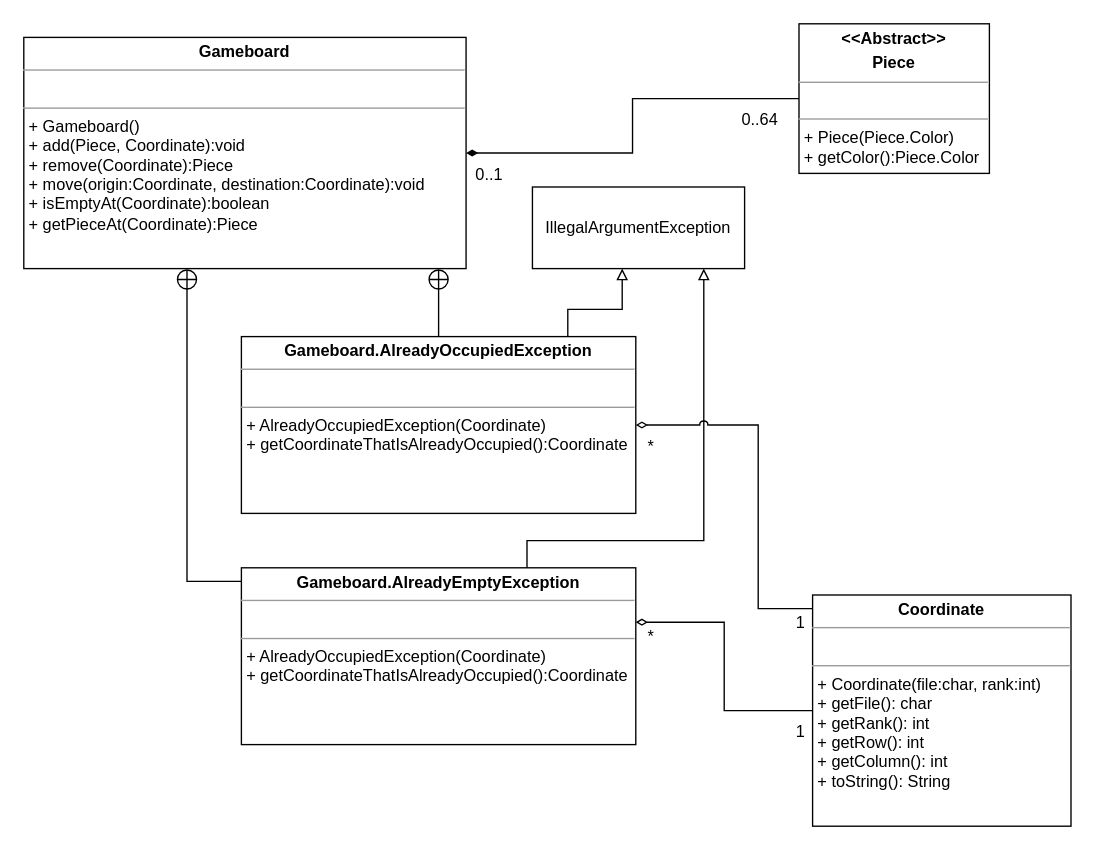
saunders94/JarChess keeps this draw.io diagram as docs/4_design_documents/class_diagrams/match/Gameboard_ClassDiagram.drawio. Above is the earlier version. Source tidied: cells renumbered, new cells numbered last; positions are measured from the earlier drawing's top-left corner, leaving out a move shared by most shapes. Both pictures are drawn from the tidied source at 136%, with x=0, y=0 at pixel (23, 23).
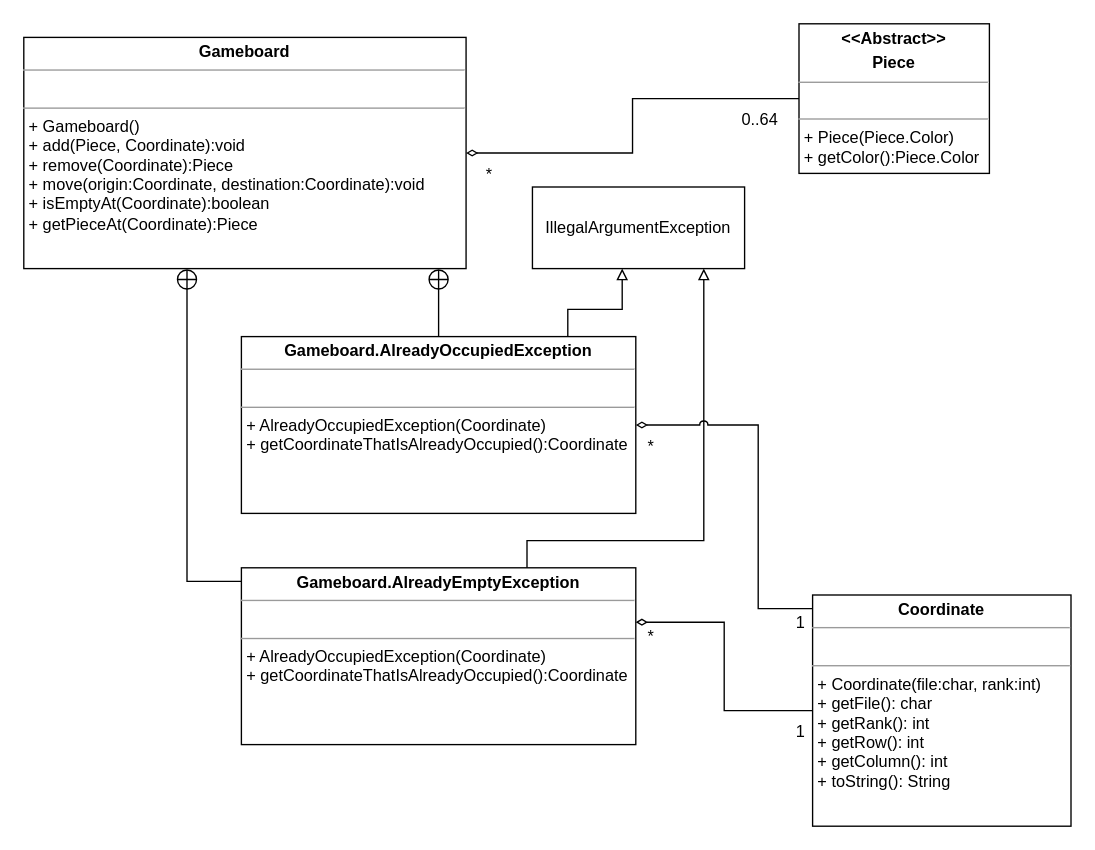
The same diagram, later.

Unchanged cells that the change refers to:
```xml
<mxCell id="2" value="&lt;p style=&quot;margin: 0px ; margin-top: 4px ; text-align: center&quot;&gt;&lt;b&gt;Gameboard&lt;/b&gt;&lt;/p&gt;&lt;hr size=&quot;1&quot;&gt;&lt;p style=&quot;margin: 0px ; margin-left: 4px&quot;&gt;&amp;nbsp;&lt;/p&gt;&lt;hr size=&quot;1&quot;&gt;&lt;p style=&quot;margin: 0px ; margin-left: 4px&quot;&gt;+ Gameboard()&lt;/p&gt;&lt;p style=&quot;margin: 0px ; margin-left: 4px&quot;&gt;+ add(Piece, Coordinate):void&lt;/p&gt;&lt;p style=&quot;margin: 0px ; margin-left: 4px&quot;&gt;+ remove(Coordinate):Piece&lt;/p&gt;&lt;p style=&quot;margin: 0px ; margin-left: 4px&quot;&gt;+ move(origin:Coordinate, destination:Coordinate):void&lt;/p&gt;&lt;p style=&quot;margin: 0px ; margin-left: 4px&quot;&gt;+ isEmptyAt(Coordinate):boolean&lt;/p&gt;&lt;p style=&quot;margin: 0px ; margin-left: 4px&quot;&gt;+ getPieceAt(Coordinate):Piece&lt;/p&gt;" style="verticalAlign=top;align=left;overflow=fill;fontSize=12;fontFamily=Helvetica;html=1;rounded=0;shadow=0;comic=0;labelBackgroundColor=none;strokeWidth=1;" parent="1" vertex="1">
  <mxGeometry y="10" width="325.2" height="170" as="geometry" />
</mxCell>
<mxCell id="20" value="&lt;p style=&quot;margin: 0px ; margin-top: 4px ; text-align: center&quot;&gt;&lt;b&gt;&amp;lt;&amp;lt;Abstract&amp;gt;&amp;gt;&lt;/b&gt;&lt;/p&gt;&lt;p style=&quot;margin: 0px ; margin-top: 4px ; text-align: center&quot;&gt;&lt;b&gt;Piece&lt;/b&gt;&lt;/p&gt;&lt;hr size=&quot;1&quot;&gt;&lt;p style=&quot;margin: 0px ; margin-left: 4px&quot;&gt;&amp;nbsp;&lt;/p&gt;&lt;hr size=&quot;1&quot;&gt;&lt;p style=&quot;margin: 0px ; margin-left: 4px&quot;&gt;+ Piece(Piece.Color)&lt;/p&gt;&lt;p style=&quot;margin: 0px ; margin-left: 4px&quot;&gt;+ getColor():Piece.Color&lt;/p&gt;" style="verticalAlign=top;align=left;overflow=fill;fontSize=12;fontFamily=Helvetica;html=1;rounded=0;shadow=0;comic=0;labelBackgroundColor=none;strokeWidth=1;" parent="1" vertex="1">
  <mxGeometry x="570" width="140" height="110" as="geometry" />
</mxCell>
```

Diff of the diagram source:
```diff
@@
-    <mxCell id="17" style="edgeStyle=orthogonalEdgeStyle;rounded=0;jumpStyle=arc;jettySize=auto;html=1;endArrow=diamondThin;endFill=1;" parent="1" edge="1" source="20" target="2">
+    <mxCell id="17" style="edgeStyle=orthogonalEdgeStyle;rounded=0;jumpStyle=arc;jettySize=auto;html=1;endArrow=diamondThin;endFill=0;" parent="1" edge="1" source="20" target="2">
       <mxGeometry relative="1" as="geometry" />
     </mxCell>
-    <mxCell id="18" value="0..1" style="text;html=1;align=center;verticalAlign=middle;labelBackgroundColor=#ffffff;" parent="17" vertex="1">
+    <mxCell id="18" value="*" style="text;html=1;align=center;verticalAlign=middle;labelBackgroundColor=#ffffff;" parent="17" vertex="1">
       <mxGeometry x="0.92" y="1" relative="1" as="geometry">
         <mxPoint x="4.2" y="14" as="offset" />
       </mxGeometry>
     </mxCell>
```
